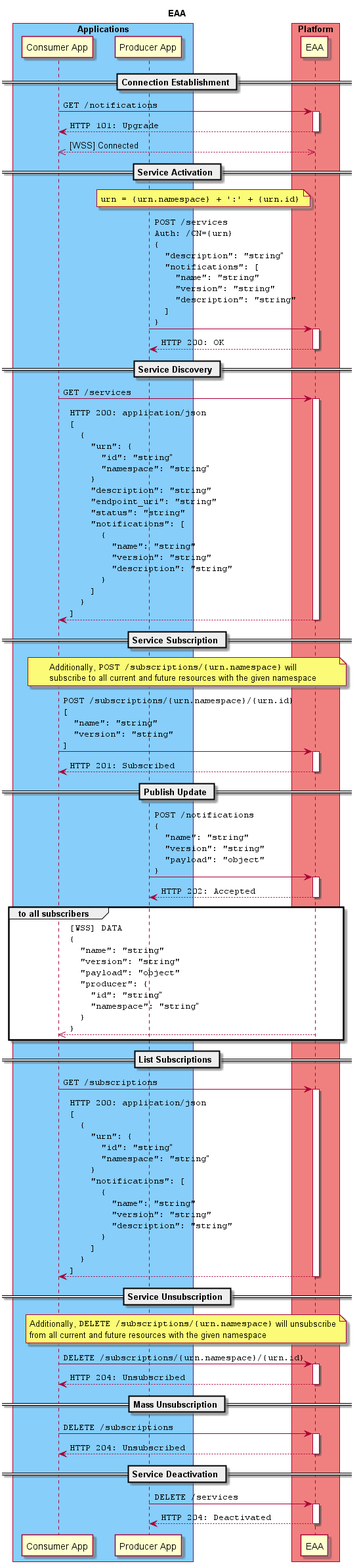
This is arch-images/openness_eaa.png from smart-edge-open/specs, a PlantUML export, as it was before one commit. Source of this version:
```plantuml
@startuml
title EAA
skinparam BoxPadding 10
skinparam ParticipantPadding 10

box "Applications" #LightSkyBlue
participant "Consumer App" as app1
participant "Producer App" as app2
end box
box "Platform" #LightCoral
participant "EAA" as eaa
end box

== Connection Establishment ==
app1 -> eaa: ""GET /notifications""
activate eaa
return ""HTTP 101: Upgrade""
app1 <<-->> eaa: [WSS] Connected

== Service Activation ==
note left of eaa: ""urn = {urn.namespace} + ':' + {urn.id}""
app2 -> eaa: ""POST /services""\n""Auth: /CN={urn}""\n""{ ""\n""  "description": "string"""\n""  "notifications": [""\n""    "name": "string" ""\n""    "version": "string" ""\n""    "description": "string" ""\n""  ]""\n""} ""
activate eaa
return ""HTTP 200: OK""

== Service Discovery ==
app1 -> eaa: ""GET /services""
activate eaa
return ""HTTP 200: application/json""\n""[""\n""  { ""\n""    "urn": {""\n""      "id": "string"""\n""      "namespace": "string"""\n""    }""\n""    "description": "string" ""\n""    "endpoint_uri": "string" ""\n""    "status": "string" ""\n""    "notifications": [ ""\n""      { ""\n""        "name": "string" ""\n""        "version": "string" ""\n""        "description": "string" ""\n""      } ""\n""    ] ""\n""  } ""\n""]""

== Service Subscription ==
note over app1, eaa: Additionally, ""POST /subscriptions/{urn.namespace}"" will\nsubscribe to all current and future resources with the given namespace
app1 -> eaa: ""POST /subscriptions/{urn.namespace}/{urn.id}""\n""[ ""\n""  "name": "string" ""\n""  "version": "string" ""\n""] ""
activate eaa
return ""HTTP 201: Subscribed""

== Publish Update ==
app2 -> eaa: ""POST /notifications""\n""{""\n""  "name": "string" ""\n""  "version": "string" ""\n""  "payload": "object" ""\n""}""
activate eaa
return ""HTTP 202: Accepted""
group to all subscribers
eaa -->> app1: ""[WSS] DATA""\n""{""\n""  "name": "string" ""\n""  "version": "string" ""\n""  "payload": "object" ""\n""  "producer": {""\n""    "id": "string"""\n""    "namespace": "string"""\n""  }""\n""}""
end

== List Subscriptions ==
app1 -> eaa: ""GET /subscriptions""
activate eaa
return ""HTTP 200: application/json""\n""[""\n""  { ""\n""    "urn": {""\n""      "id": "string"""\n""      "namespace": "string"""\n""    }""\n""    "notifications": [ ""\n""      { ""\n""        "name": "string" ""\n""        "version": "string" ""\n""        "description": "string" ""\n""      } ""\n""    ] ""\n""  } ""\n""]""

== Service Unsubscription ==
note over app1, eaa: Additionally, ""DELETE /subscriptions/{urn.namespace}"" will unsubscribe\nfrom all current and future resources with the given namespace
app1 -> eaa: ""DELETE /subscriptions/{urn.namespace}/{urn.id}""
activate eaa
return ""HTTP 204: Unsubscribed""

== Mass Unsubscription ==
app1 -> eaa: ""DELETE /subscriptions""
activate eaa
return ""HTTP 204: Unsubscribed""

== Service Deactivation ==
app2 -> eaa: ""DELETE /services""
activate eaa
return ""HTTP 204: Deactivated""

@enduml
```
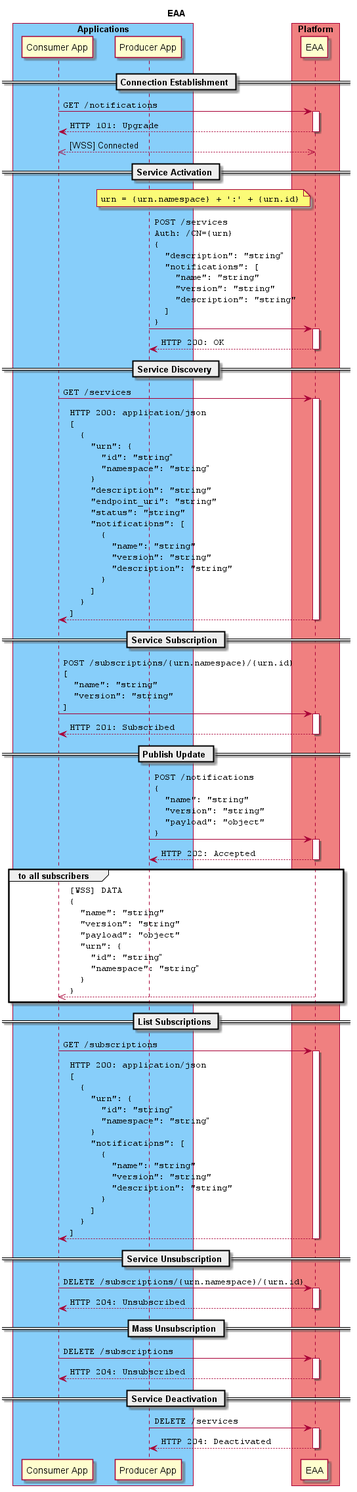
The same file after the commit.

Change to the diagram source:
```diff
@@ -29,7 +29,6 @@
 return ""HTTP 200: application/json""\n""[""\n""  { ""\n""    "urn": {""\n""      "id": "string"""\n""      "namespace": "string"""\n""    }""\n""    "description": "string" ""\n""    "endpoint_uri": "string" ""\n""    "status": "string" ""\n""    "notifications": [ ""\n""      { ""\n""        "name": "string" ""\n""        "version": "string" ""\n""        "description": "string" ""\n""      } ""\n""    ] ""\n""  } ""\n""]""
 
 == Service Subscription ==
-note over app1, eaa: Additionally, ""POST /subscriptions/{urn.namespace}"" will\nsubscribe to all current and future resources with the given namespace
 app1 -> eaa: ""POST /subscriptions/{urn.namespace}/{urn.id}""\n""[ ""\n""  "name": "string" ""\n""  "version": "string" ""\n""] ""
 activate eaa
 return ""HTTP 201: Subscribed""
@@ -39,7 +38,7 @@
 activate eaa
 return ""HTTP 202: Accepted""
 group to all subscribers
-eaa -->> app1: ""[WSS] DATA""\n""{""\n""  "name": "string" ""\n""  "version": "string" ""\n""  "payload": "object" ""\n""  "producer": {""\n""    "id": "string"""\n""    "namespace": "string"""\n""  }""\n""}""
+eaa -->> app1: ""[WSS] DATA""\n""{""\n""  "name": "string" ""\n""  "version": "string" ""\n""  "payload": "object" ""\n""  "urn": {""\n""    "id": "string"""\n""    "namespace": "string"""\n""  }""\n""}""
 end
 
 == List Subscriptions ==
@@ -48,7 +47,6 @@
 return ""HTTP 200: application/json""\n""[""\n""  { ""\n""    "urn": {""\n""      "id": "string"""\n""      "namespace": "string"""\n""    }""\n""    "notifications": [ ""\n""      { ""\n""        "name": "string" ""\n""        "version": "string" ""\n""        "description": "string" ""\n""      } ""\n""    ] ""\n""  } ""\n""]""
 
 == Service Unsubscription ==
-note over app1, eaa: Additionally, ""DELETE /subscriptions/{urn.namespace}"" will unsubscribe\nfrom all current and future resources with the given namespace
 app1 -> eaa: ""DELETE /subscriptions/{urn.namespace}/{urn.id}""
 activate eaa
 return ""HTTP 204: Unsubscribed""
```
